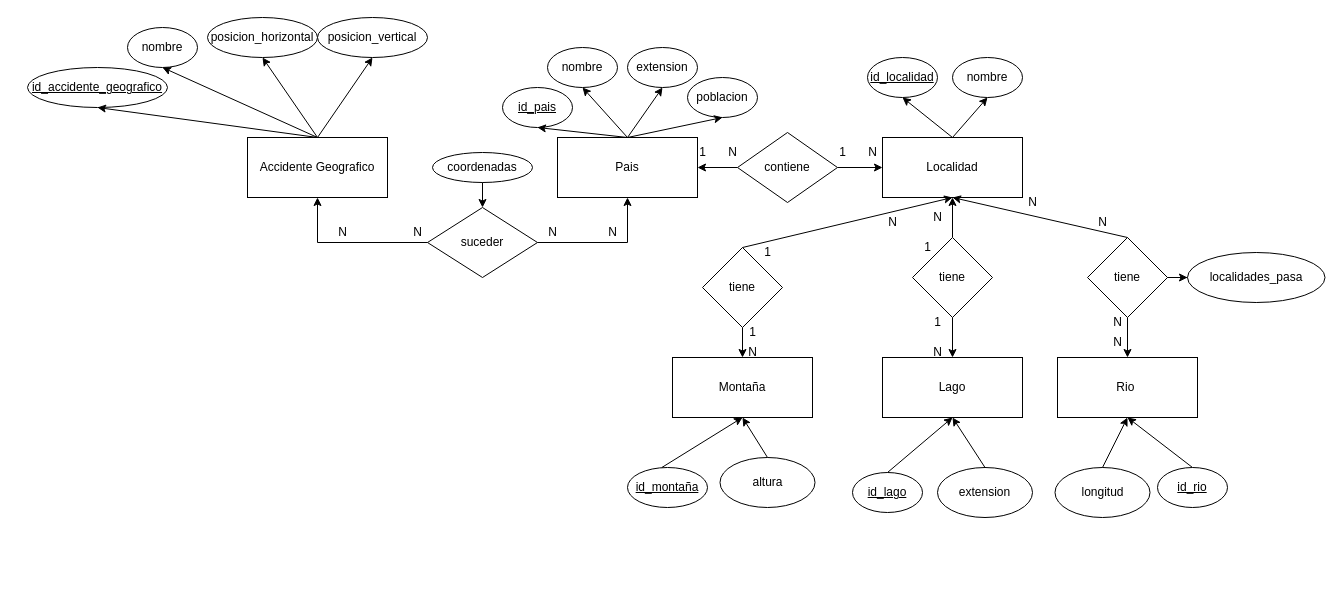
Above: ej11.drawio in adriii28/amr-tsys-C3U12-11102023 (draw.io), before the change. Source tidied: cells renumbered, new cells numbered last; positions are measured from the earlier drawing's top-left corner, leaving out a move shared by most shapes. Both pictures are drawn from the tidied source at 100%, with x=0, y=0 at pixel (27, 17).
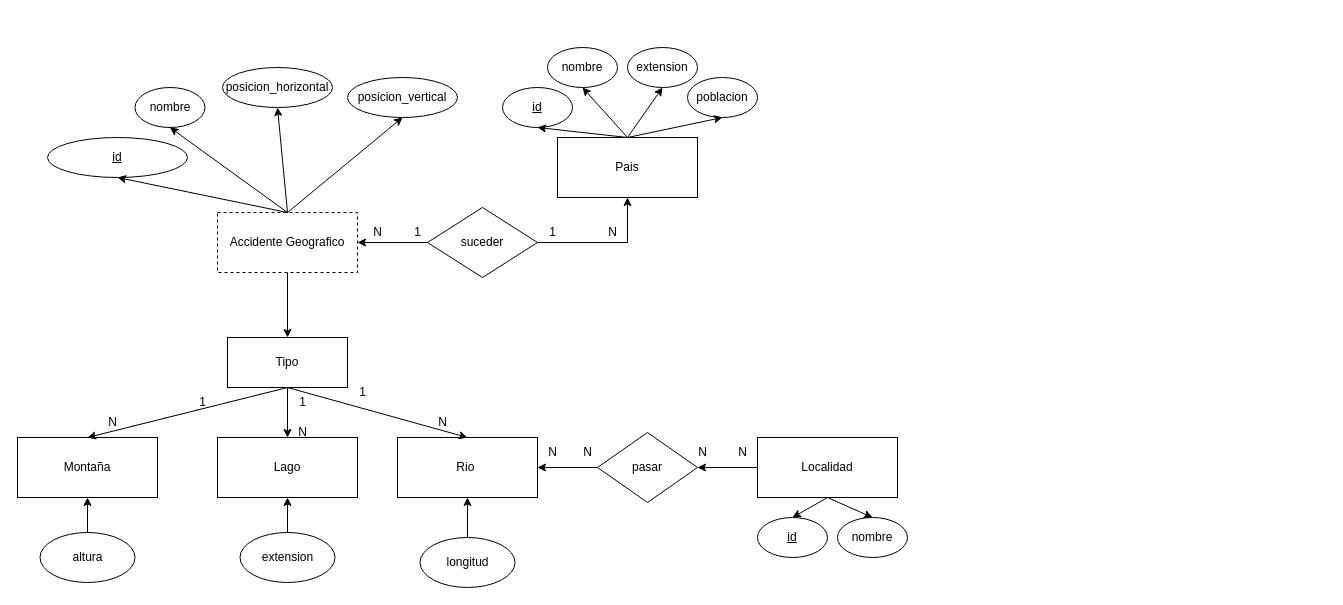
Above is the later version.

Unchanged cells that the change refers to:
```xml
<mxCell id="6" value="Pais" style="rounded=0;whiteSpace=wrap;html=1;" parent="1" vertex="1">
  <mxGeometry x="530" y="120" width="140" height="60" as="geometry" />
</mxCell>
<mxCell id="24" value="suceder" style="rhombus;whiteSpace=wrap;html=1;" parent="1" vertex="1">
  <mxGeometry x="400" y="190" width="110" height="70" as="geometry" />
</mxCell>
```

Change to the diagram source:
```diff
@@
+    <mxCell id="79" style="edgeStyle=orthogonalEdgeStyle;rounded=0;jettySize=auto;html=1;exitX=0.5;exitY=1;exitDx=0;exitDy=0;entryX=0.5;entryY=0;entryDx=0;entryDy=0;" parent="1" edge="1" source="2" target="83">
+      <mxGeometry relative="1" as="geometry" />
+    </mxCell>
-    <mxCell id="2" value="Accidente Geografico" style="rounded=0;whiteSpace=wrap;html=1;" parent="1" vertex="1">
-      <mxGeometry x="220" y="120" width="140" height="60" as="geometry" />
+    <mxCell id="2" value="Accidente Geografico" style="rounded=0;whiteSpace=wrap;html=1;dashed=1;" parent="1" vertex="1">
+      <mxGeometry x="190" y="195" width="140" height="60" as="geometry" />
     </mxCell>
     <mxCell id="3" value="Rio&amp;nbsp;" style="rounded=0;whiteSpace=wrap;html=1;" parent="1" vertex="1">
-      <mxGeometry x="1030" y="340" width="140" height="60" as="geometry" />
+      <mxGeometry x="370" y="420" width="140" height="60" as="geometry" />
     </mxCell>
     <mxCell id="4" value="Montaña" style="rounded=0;whiteSpace=wrap;html=1;" parent="1" vertex="1">
-      <mxGeometry x="645" y="340" width="140" height="60" as="geometry" />
+      <mxGeometry x="-10" y="420" width="140" height="60" as="geometry" />
     </mxCell>
     <mxCell id="5" value="Lago" style="rounded=0;whiteSpace=wrap;html=1;" parent="1" vertex="1">
-      <mxGeometry x="855" y="340" width="140" height="60" as="geometry" />
+      <mxGeometry x="190" y="420" width="140" height="60" as="geometry" />
     </mxCell>
@@
-    <mxCell id="7" style="edgeStyle=none;rounded=0;jettySize=auto;html=1;entryX=0.5;entryY=1;entryDx=0;entryDy=0;exitX=0.5;exitY=0;exitDx=0;exitDy=0;" parent="1" edge="1" source="9" target="12">
+    <mxCell id="7" style="edgeStyle=none;rounded=0;jettySize=auto;html=1;entryX=0.5;entryY=0;entryDx=0;entryDy=0;exitX=0.5;exitY=1;exitDx=0;exitDy=0;" parent="1" edge="1" source="9" target="12">
       <mxGeometry relative="1" as="geometry" />
     </mxCell>
-    <mxCell id="8" style="edgeStyle=none;rounded=0;jettySize=auto;html=1;entryX=0.5;entryY=1;entryDx=0;entryDy=0;exitX=0.5;exitY=0;exitDx=0;exitDy=0;" parent="1" edge="1" source="9" target="23">
+    <mxCell id="8" style="edgeStyle=none;rounded=0;jettySize=auto;html=1;entryX=0.5;entryY=0;entryDx=0;entryDy=0;exitX=0.5;exitY=1;exitDx=0;exitDy=0;" parent="1" edge="1" source="9" target="23">
       <mxGeometry relative="1" as="geometry" />
     </mxCell>
+    <mxCell id="80" style="edgeStyle=orthogonalEdgeStyle;rounded=0;jettySize=auto;html=1;exitX=0;exitY=0.5;exitDx=0;exitDy=0;entryX=1;entryY=0.5;entryDx=0;entryDy=0;" parent="1" edge="1" source="9" target="85">
+      <mxGeometry relative="1" as="geometry" />
+    </mxCell>
     <mxCell id="9" value="Localidad" style="rounded=0;whiteSpace=wrap;html=1;" parent="1" vertex="1">
-      <mxGeometry x="855" y="120" width="140" height="60" as="geometry" />
+      <mxGeometry x="730" y="420" width="140" height="60" as="geometry" />
     </mxCell>
-    <mxCell id="10" value="id_accidente_geografico" style="ellipse;whiteSpace=wrap;html=1;fontStyle=4;" parent="1" vertex="1">
-      <mxGeometry y="50" width="140" height="40" as="geometry" />
+    <mxCell id="10" value="id" style="ellipse;whiteSpace=wrap;html=1;fontStyle=4;" parent="1" vertex="1">
+      <mxGeometry x="20" y="120" width="140" height="40" as="geometry" />
     </mxCell>
-    <mxCell id="11" style="rounded=0;jettySize=auto;html=1;entryX=0.5;entryY=1;entryDx=0;entryDy=0;exitX=0.5;exitY=0;exitDx=0;exitDy=0;" parent="1" edge="1" source="29" target="3">
-      <mxGeometry relative="1" as="geometry" />
-    </mxCell>
-    <mxCell id="12" value="id_localidad" style="ellipse;whiteSpace=wrap;html=1;fontStyle=4;" parent="1" vertex="1">
-      <mxGeometry x="840" y="40" width="70" height="40" as="geometry" />
+    <mxCell id="12" value="id" style="ellipse;whiteSpace=wrap;html=1;fontStyle=4;" parent="1" vertex="1">
+      <mxGeometry x="730" y="500" width="70" height="40" as="geometry" />
     </mxCell>
     <mxCell id="13" value="longitud" style="ellipse;whiteSpace=wrap;html=1;" parent="1" vertex="1">
-      <mxGeometry x="1027.5" y="450" width="95" height="50" as="geometry" />
+      <mxGeometry x="392.5" y="520" width="95" height="50" as="geometry" />
     </mxCell>
-    <mxCell id="14" value="id_pais" style="ellipse;whiteSpace=wrap;html=1;fontStyle=4;" parent="1" vertex="1">
+    <mxCell id="14" value="id" style="ellipse;whiteSpace=wrap;html=1;fontStyle=4;" parent="1" vertex="1">
       <mxGeometry x="475" y="70" width="70" height="40" as="geometry" />
     </mxCell>
     <mxCell id="15" value="altura" style="ellipse;whiteSpace=wrap;html=1;" parent="1" vertex="1">
-      <mxGeometry x="692.5" y="440" width="95" height="50" as="geometry" />
+      <mxGeometry x="12.5" y="515" width="95" height="50" as="geometry" />
     </mxCell>
     <mxCell id="16" value="&lt;div&gt;nombre&lt;/div&gt;" style="ellipse;whiteSpace=wrap;html=1;fontStyle=0;" parent="1" vertex="1">
-      <mxGeometry x="100" y="10" width="70" height="40" as="geometry" />
+      <mxGeometry x="107.5" y="70" width="70" height="40" as="geometry" />
     </mxCell>
     <mxCell id="17" value="posicion_horizontal" style="ellipse;whiteSpace=wrap;html=1;fontStyle=0;" parent="1" vertex="1">
-      <mxGeometry x="180" width="110" height="40" as="geometry" />
+      <mxGeometry x="195" y="50" width="110" height="40" as="geometry" />
     </mxCell>
     <mxCell id="18" value="extension" style="ellipse;whiteSpace=wrap;html=1;" parent="1" vertex="1">
-      <mxGeometry x="910" y="450" width="95" height="50" as="geometry" />
+      <mxGeometry x="212.5" y="515" width="95" height="50" as="geometry" />
     </mxCell>
     <mxCell id="19" value="posicion_vertical" style="ellipse;whiteSpace=wrap;html=1;fontStyle=0;" parent="1" vertex="1">
-      <mxGeometry x="290" width="110" height="40" as="geometry" />
+      <mxGeometry x="320" y="60" width="110" height="40" as="geometry" />
     </mxCell>
@@
     <mxCell id="23" value="nombre" style="ellipse;whiteSpace=wrap;html=1;fontStyle=0;" parent="1" vertex="1">
-      <mxGeometry x="925" y="40" width="70" height="40" as="geometry" />
+      <mxGeometry x="810" y="500" width="70" height="40" as="geometry" />
     </mxCell>
@@
-    <mxCell id="25" style="edgeStyle=orthogonalEdgeStyle;rounded=0;jettySize=auto;html=1;entryX=0.5;entryY=1;entryDx=0;entryDy=0;" parent="1" edge="1" source="24" target="2">
+    <mxCell id="25" style="edgeStyle=orthogonalEdgeStyle;rounded=0;jettySize=auto;html=1;entryX=1;entryY=0.5;entryDx=0;entryDy=0;" parent="1" edge="1" source="24" target="2">
       <mxGeometry relative="1" as="geometry" />
     </mxCell>
@@
-    <mxCell id="27" value="coordenadas" style="ellipse;whiteSpace=wrap;html=1;" parent="1" vertex="1">
-      <mxGeometry x="405" y="135" width="100" height="30" as="geometry" />
-    </mxCell>
-    <mxCell id="28" style="edgeStyle=orthogonalEdgeStyle;rounded=0;jettySize=auto;html=1;entryX=0.5;entryY=0;entryDx=0;entryDy=0;" parent="1" edge="1" source="27" target="24">
-      <mxGeometry relative="1" as="geometry" />
-    </mxCell>
-    <mxCell id="29" value="id_rio" style="ellipse;whiteSpace=wrap;html=1;fontStyle=4;" parent="1" vertex="1">
-      <mxGeometry x="1130" y="450" width="70" height="40" as="geometry" />
-    </mxCell>
-    <mxCell id="30" value="id_montaña" style="ellipse;whiteSpace=wrap;html=1;fontStyle=4;" parent="1" vertex="1">
-      <mxGeometry x="600" y="450" width="80" height="40" as="geometry" />
-    </mxCell>
@@
-    <mxCell id="32" value="id_lago" style="ellipse;whiteSpace=wrap;html=1;fontStyle=4;" parent="1" vertex="1">
-      <mxGeometry x="825" y="455" width="70" height="40" as="geometry" />
-    </mxCell>
@@
     <mxCell id="34" value="N" style="text;html=1;align=center;verticalAlign=middle;strokeColor=none;fillColor=none;" parent="1" vertex="1">
-      <mxGeometry x="300" y="200" width="30" height="30" as="geometry" />
+      <mxGeometry x="335" y="200" width="30" height="30" as="geometry" />
     </mxCell>
@@
-    <mxCell id="36" style="rounded=0;jettySize=auto;html=1;entryX=0.5;entryY=1;entryDx=0;entryDy=0;exitX=0.429;exitY=0;exitDx=0;exitDy=0;exitPerimeter=0;" parent="1" edge="1" source="30" target="4">
-      <mxGeometry relative="1" as="geometry" />
-    </mxCell>
-    <mxCell id="37" style="rounded=0;jettySize=auto;html=1;entryX=0.5;entryY=1;entryDx=0;entryDy=0;exitX=0.5;exitY=0;exitDx=0;exitDy=0;" parent="1" edge="1" source="32" target="5">
-      <mxGeometry relative="1" as="geometry" />
-    </mxCell>
@@
-    <mxCell id="39" style="edgeStyle=none;rounded=0;jettySize=auto;html=1;entryX=0.5;entryY=0;entryDx=0;entryDy=0;exitX=0.5;exitY=1;exitDx=0;exitDy=0;" parent="1" edge="1" source="71" target="3">
-      <mxGeometry relative="1" as="geometry" />
-    </mxCell>
-    <mxCell id="40" style="edgeStyle=none;rounded=0;jettySize=auto;html=1;entryX=0.5;entryY=1;entryDx=0;entryDy=0;" parent="1" edge="1" source="41" target="9">
-      <mxGeometry relative="1" as="geometry" />
-    </mxCell>
-    <mxCell id="41" value="tiene" style="rhombus;whiteSpace=wrap;html=1;" parent="1" vertex="1">
-      <mxGeometry x="885" y="220" width="80" height="80" as="geometry" />
-    </mxCell>
@@
-    <mxCell id="50" style="edgeStyle=none;rounded=0;jettySize=auto;html=1;entryX=0.5;entryY=0;entryDx=0;entryDy=0;exitX=0.5;exitY=1;exitDx=0;exitDy=0;" parent="1" edge="1" source="41" target="5">
+    <mxCell id="50" style="edgeStyle=none;rounded=0;jettySize=auto;html=1;entryX=0.5;entryY=0;entryDx=0;entryDy=0;exitX=0.5;exitY=1;exitDx=0;exitDy=0;" parent="1" edge="1" source="83" target="5">
       <mxGeometry relative="1" as="geometry" />
     </mxCell>
-    <mxCell id="51" style="edgeStyle=none;rounded=0;jettySize=auto;html=1;entryX=0.5;entryY=0;entryDx=0;entryDy=0;exitX=0.5;exitY=1;exitDx=0;exitDy=0;" parent="1" edge="1" source="73" target="4">
-      <mxGeometry relative="1" as="geometry" />
-    </mxCell>
-    <mxCell id="52" style="edgeStyle=none;rounded=0;jettySize=auto;html=1;entryX=0;entryY=0.5;entryDx=0;entryDy=0;" parent="1" edge="1" source="54" target="9">
-      <mxGeometry relative="1" as="geometry" />
-    </mxCell>
-    <mxCell id="53" style="edgeStyle=none;rounded=0;jettySize=auto;html=1;" parent="1" edge="1" source="54" target="6">
-      <mxGeometry relative="1" as="geometry" />
-    </mxCell>
-    <mxCell id="54" value="contiene" style="rhombus;whiteSpace=wrap;html=1;" parent="1" vertex="1">
-      <mxGeometry x="710" y="115" width="100" height="70" as="geometry" />
-    </mxCell>
-    <mxCell id="55" value="N" style="text;html=1;align=center;verticalAlign=middle;strokeColor=none;fillColor=none;" parent="1" vertex="1">
-      <mxGeometry x="830" y="120" width="30" height="30" as="geometry" />
-    </mxCell>
-    <mxCell id="56" value="1" style="text;html=1;align=center;verticalAlign=middle;strokeColor=none;fillColor=none;" parent="1" vertex="1">
-      <mxGeometry x="660" y="120" width="30" height="30" as="geometry" />
-    </mxCell>
-    <mxCell id="57" value="N" style="text;html=1;align=center;verticalAlign=middle;strokeColor=none;fillColor=none;" parent="1" vertex="1">
-      <mxGeometry x="895" y="185" width="30" height="30" as="geometry" />
-    </mxCell>
     <mxCell id="58" value="N" style="text;html=1;align=center;verticalAlign=middle;strokeColor=none;fillColor=none;" parent="1" vertex="1">
-      <mxGeometry x="710" y="320" width="30" height="30" as="geometry" />
+      <mxGeometry x="70" y="390" width="30" height="30" as="geometry" />
     </mxCell>
     <mxCell id="59" value="N" style="text;html=1;align=center;verticalAlign=middle;strokeColor=none;fillColor=none;" parent="1" vertex="1">
-      <mxGeometry x="895" y="320" width="30" height="30" as="geometry" />
+      <mxGeometry x="260" y="400" width="30" height="30" as="geometry" />
     </mxCell>
     <mxCell id="60" value="N" style="text;html=1;align=center;verticalAlign=middle;strokeColor=none;fillColor=none;" parent="1" vertex="1">
-      <mxGeometry x="1075" y="310" width="30" height="30" as="geometry" />
+      <mxGeometry x="400" y="390" width="30" height="30" as="geometry" />
     </mxCell>
-    <mxCell id="61" value="N" style="text;html=1;align=center;verticalAlign=middle;strokeColor=none;fillColor=none;" parent="1" vertex="1">
+    <mxCell id="61" value="1" style="text;html=1;align=center;verticalAlign=middle;strokeColor=none;fillColor=none;" parent="1" vertex="1">
       <mxGeometry x="510" y="200" width="30" height="30" as="geometry" />
     </mxCell>
-    <mxCell id="62" value="N" style="text;html=1;align=center;verticalAlign=middle;strokeColor=none;fillColor=none;" parent="1" vertex="1">
+    <mxCell id="62" value="1" style="text;html=1;align=center;verticalAlign=middle;strokeColor=none;fillColor=none;" parent="1" vertex="1">
       <mxGeometry x="375" y="200" width="30" height="30" as="geometry" />
     </mxCell>
-    <mxCell id="63" value="1" style="text;html=1;align=center;verticalAlign=middle;strokeColor=none;fillColor=none;" parent="1" vertex="1">
-      <mxGeometry x="885" y="215" width="30" height="30" as="geometry" />
-    </mxCell>
     <mxCell id="64" value="1" style="text;html=1;align=center;verticalAlign=middle;strokeColor=none;fillColor=none;" parent="1" vertex="1">
-      <mxGeometry x="710" y="300" width="30" height="30" as="geometry" />
+      <mxGeometry x="160" y="370" width="30" height="30" as="geometry" />
     </mxCell>
-    <mxCell id="65" value="N" style="text;html=1;align=center;verticalAlign=middle;strokeColor=none;fillColor=none;" parent="1" vertex="1">
-      <mxGeometry x="690" y="120" width="30" height="30" as="geometry" />
-    </mxCell>
-    <mxCell id="66" value="1" style="text;html=1;align=center;verticalAlign=middle;strokeColor=none;fillColor=none;" parent="1" vertex="1">
-      <mxGeometry x="800" y="120" width="30" height="30" as="geometry" />
-    </mxCell>
     <mxCell id="67" value="1" style="text;html=1;align=center;verticalAlign=middle;strokeColor=none;fillColor=none;" parent="1" vertex="1">
-      <mxGeometry x="895" y="290" width="30" height="30" as="geometry" />
+      <mxGeometry x="260" y="370" width="30" height="30" as="geometry" />
     </mxCell>
-    <mxCell id="68" value="N" style="text;html=1;align=center;verticalAlign=middle;strokeColor=none;fillColor=none;" parent="1" vertex="1">
-      <mxGeometry x="1075" y="290" width="30" height="30" as="geometry" />
+    <mxCell id="68" value="1" style="text;html=1;align=center;verticalAlign=middle;strokeColor=none;fillColor=none;" parent="1" vertex="1">
+      <mxGeometry x="320" y="360" width="30" height="30" as="geometry" />
     </mxCell>
-    <mxCell id="69" style="rounded=0;jettySize=auto;html=1;exitX=0.5;exitY=0;exitDx=0;exitDy=0;entryX=0.5;entryY=1;entryDx=0;entryDy=0;" parent="1" edge="1" source="71" target="9">
-      <mxGeometry relative="1" as="geometry" />
-    </mxCell>
-    <mxCell id="70" style="edgeStyle=orthogonalEdgeStyle;rounded=0;jettySize=auto;html=1;" parent="1" edge="1" source="71" target="74">
-      <mxGeometry relative="1" as="geometry" />
-    </mxCell>
-    <mxCell id="71" value="tiene" style="rhombus;whiteSpace=wrap;html=1;" parent="1" vertex="1">
-      <mxGeometry x="1060" y="220" width="80" height="80" as="geometry" />
-    </mxCell>
-    <mxCell id="72" style="rounded=0;jettySize=auto;html=1;entryX=0.5;entryY=1;entryDx=0;entryDy=0;exitX=0.5;exitY=0;exitDx=0;exitDy=0;" parent="1" edge="1" source="73" target="9">
-      <mxGeometry relative="1" as="geometry" />
-    </mxCell>
-    <mxCell id="73" value="tiene" style="rhombus;whiteSpace=wrap;html=1;" parent="1" vertex="1">
-      <mxGeometry x="675" y="230" width="80" height="80" as="geometry" />
-    </mxCell>
-    <mxCell id="74" value="localidades_pasa" style="ellipse;whiteSpace=wrap;html=1;" parent="1" vertex="1">
-      <mxGeometry x="1160" y="235" width="137.5" height="50" as="geometry" />
-    </mxCell>
-    <mxCell id="75" value="N" style="text;html=1;align=center;verticalAlign=middle;strokeColor=none;fillColor=none;" parent="1" vertex="1">
-      <mxGeometry x="850" y="190" width="30" height="30" as="geometry" />
-    </mxCell>
-    <mxCell id="76" value="1" style="text;html=1;align=center;verticalAlign=middle;strokeColor=none;fillColor=none;" parent="1" vertex="1">
-      <mxGeometry x="725" y="220" width="30" height="30" as="geometry" />
-    </mxCell>
-    <mxCell id="77" value="N" style="text;html=1;align=center;verticalAlign=middle;strokeColor=none;fillColor=none;" parent="1" vertex="1">
-      <mxGeometry x="990" y="170" width="30" height="30" as="geometry" />
-    </mxCell>
-    <mxCell id="78" value="N" style="text;html=1;align=center;verticalAlign=middle;strokeColor=none;fillColor=none;" parent="1" vertex="1">
-      <mxGeometry x="1060" y="190" width="30" height="30" as="geometry" />
-    </mxCell>
+    <mxCell id="81" style="rounded=0;jettySize=auto;html=1;exitX=0.5;exitY=1;exitDx=0;exitDy=0;entryX=0.5;entryY=0;entryDx=0;entryDy=0;" parent="1" edge="1" source="83" target="3">
+      <mxGeometry relative="1" as="geometry" />
+    </mxCell>
+    <mxCell id="82" style="rounded=0;jettySize=auto;html=1;entryX=0.5;entryY=0;entryDx=0;entryDy=0;exitX=0.5;exitY=1;exitDx=0;exitDy=0;" parent="1" edge="1" source="83" target="4">
+      <mxGeometry relative="1" as="geometry" />
+    </mxCell>
+    <mxCell id="83" value="Tipo" style="rounded=0;whiteSpace=wrap;html=1;" parent="1" vertex="1">
+      <mxGeometry x="200" y="320" width="120" height="50" as="geometry" />
+    </mxCell>
+    <mxCell id="84" style="edgeStyle=orthogonalEdgeStyle;rounded=0;jettySize=auto;html=1;" parent="1" edge="1" source="85" target="3">
+      <mxGeometry relative="1" as="geometry" />
+    </mxCell>
+    <mxCell id="85" value="pasar" style="rhombus;whiteSpace=wrap;html=1;" parent="1" vertex="1">
+      <mxGeometry x="570" y="415" width="100" height="70" as="geometry" />
+    </mxCell>
+    <mxCell id="86" value="&lt;div&gt;N&lt;/div&gt;" style="text;html=1;align=center;verticalAlign=middle;strokeColor=none;fillColor=none;" parent="1" vertex="1">
+      <mxGeometry x="510" y="420" width="30" height="30" as="geometry" />
+    </mxCell>
+    <mxCell id="87" value="&lt;div&gt;N&lt;/div&gt;" style="text;html=1;align=center;verticalAlign=middle;strokeColor=none;fillColor=none;" parent="1" vertex="1">
+      <mxGeometry x="545" y="420" width="30" height="30" as="geometry" />
+    </mxCell>
+    <mxCell id="88" value="&lt;div&gt;N&lt;/div&gt;" style="text;html=1;align=center;verticalAlign=middle;strokeColor=none;fillColor=none;" parent="1" vertex="1">
+      <mxGeometry x="700" y="420" width="30" height="30" as="geometry" />
+    </mxCell>
+    <mxCell id="89" value="&lt;div&gt;N&lt;/div&gt;" style="text;html=1;align=center;verticalAlign=middle;strokeColor=none;fillColor=none;" parent="1" vertex="1">
+      <mxGeometry x="660" y="420" width="30" height="30" as="geometry" />
+    </mxCell>
```
